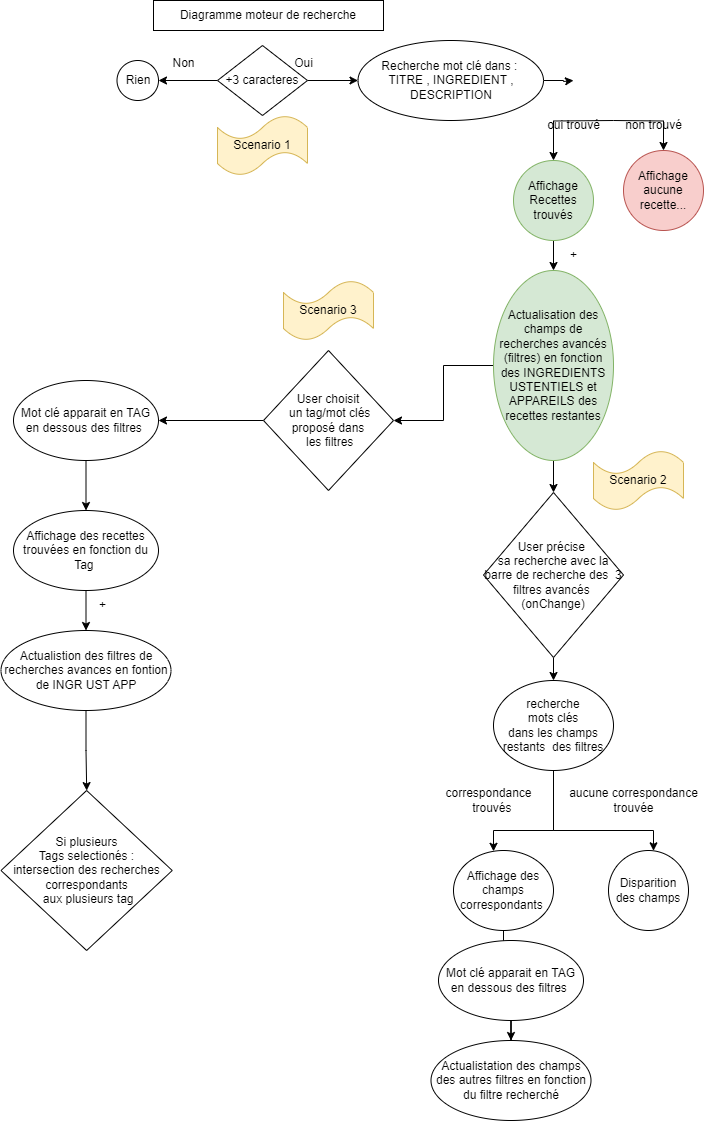
Above: DIAGRAMME FONCTIONNALITES.drawio.png in noabouskila/Projet7_OC_Petits_Plats (draw.io), before the change. Source tidied: cells renumbered, new cells last; positions are measured from the earlier drawing's top-left corner, leaving out a move shared by most shapes.
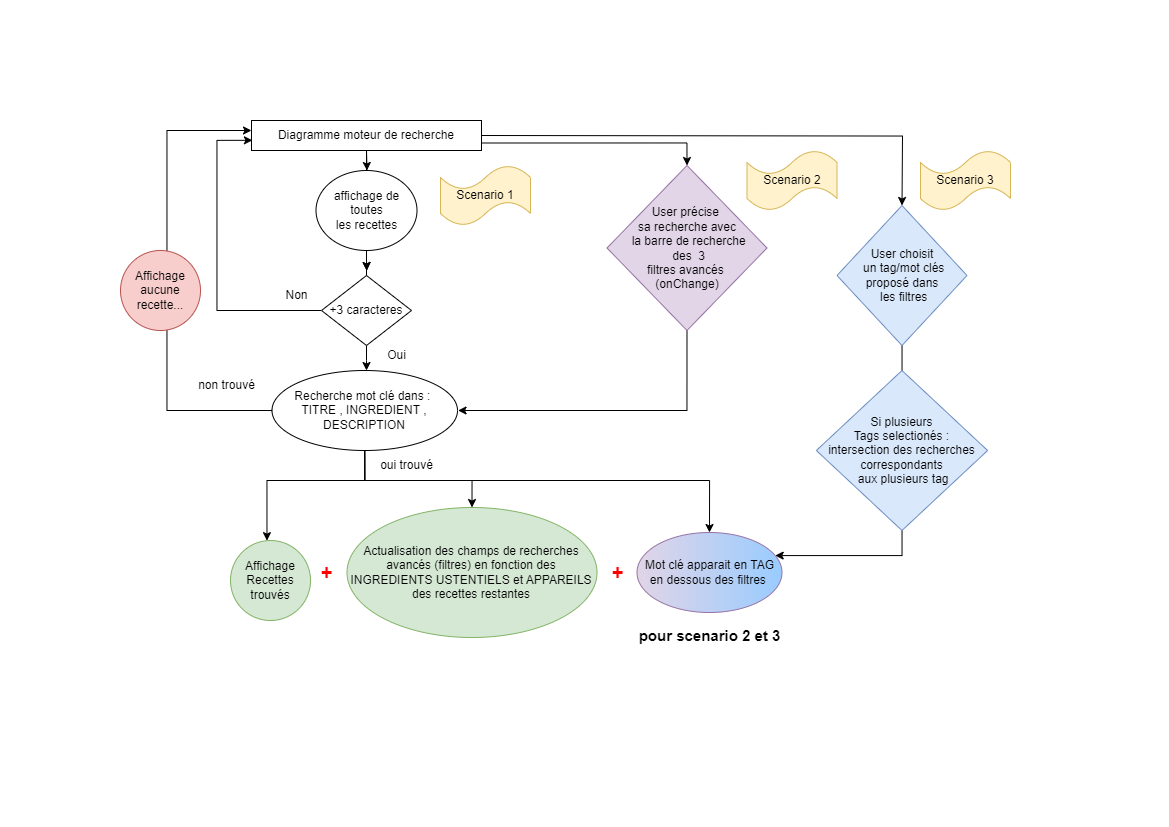
Above is the later version.

Commit message:
filtre principal fait sans filtrage des filtres avancés

What changed in the source:
```diff
@@ -2,164 +2,167 @@
   <root>
     <mxCell id="0" />
     <mxCell id="1" parent="0" />
+    <mxCell id="48" style="edgeStyle=orthogonalEdgeStyle;rounded=0;jettySize=auto;html=1;exitX=1;exitY=0.75;exitDx=0;exitDy=0;entryX=0.5;entryY=0;entryDx=0;entryDy=0;" parent="1" edge="1" source="2" target="25">
+      <mxGeometry relative="1" as="geometry">
+        <Array as="points">
+          <mxPoint x="578.5" y="133" />
+        </Array>
+      </mxGeometry>
+    </mxCell>
+    <mxCell id="49" style="edgeStyle=orthogonalEdgeStyle;rounded=0;orthogonalLoop=1;jettySize=auto;html=1;entryX=0.5;entryY=0;entryDx=0;entryDy=0;" parent="1" edge="1">
+      <mxGeometry relative="1" as="geometry">
+        <mxPoint x="373" y="125" as="sourcePoint" />
+        <mxPoint x="793.5" y="195" as="targetPoint" />
+      </mxGeometry>
+    </mxCell>
     <mxCell id="2" value="Diagramme moteur de recherche" style="rounded=0;whiteSpace=wrap;html=1;" parent="1" vertex="1">
-      <mxGeometry x="152" width="230" height="30" as="geometry" />
+      <mxGeometry x="143" y="110" width="230" height="30" as="geometry" />
     </mxCell>
     <mxCell id="3" style="edgeStyle=orthogonalEdgeStyle;rounded=0;jettySize=auto;html=1;" parent="1" edge="1" source="5" target="7">
-      <mxGeometry relative="1" as="geometry" />
+      <mxGeometry relative="1" as="geometry">
+        <Array as="points">
+          <mxPoint x="258.5" y="350" />
+          <mxPoint x="258.5" y="350" />
+        </Array>
+      </mxGeometry>
     </mxCell>
-    <mxCell id="4" style="edgeStyle=orthogonalEdgeStyle;rounded=0;jettySize=auto;html=1;" parent="1" edge="1" source="5" target="8">
-      <mxGeometry relative="1" as="geometry" />
-    </mxCell>
+    <mxCell id="50" style="edgeStyle=orthogonalEdgeStyle;rounded=0;jettySize=auto;html=1;entryX=0.004;entryY=0.661;entryDx=0;entryDy=0;entryPerimeter=0;" parent="1" edge="1" target="2">
+      <mxGeometry relative="1" as="geometry">
+        <mxPoint x="212.5" y="300" as="sourcePoint" />
+        <Array as="points">
+          <mxPoint x="212.5" y="300" />
+          <mxPoint x="108.5" y="300" />
+          <mxPoint x="108.5" y="130" />
+        </Array>
+      </mxGeometry>
+    </mxCell>
+    <mxCell id="51" style="edgeStyle=orthogonalEdgeStyle;rounded=0;jettySize=auto;html=1;" parent="1" edge="1" source="5">
+      <mxGeometry relative="1" as="geometry">
+        <mxPoint x="258" y="260" as="targetPoint" />
+      </mxGeometry>
+    </mxCell>
     <mxCell id="5" value="+3 caracteres" style="rhombus;whiteSpace=wrap;html=1;" parent="1" vertex="1">
-      <mxGeometry x="216" y="45" width="90" height="70" as="geometry" />
+      <mxGeometry x="213" y="265" width="90" height="70" as="geometry" />
     </mxCell>
-    <mxCell id="6" style="edgeStyle=orthogonalEdgeStyle;rounded=0;jettySize=auto;html=1;" parent="1" edge="1" source="7">
-      <mxGeometry relative="1" as="geometry">
-        <mxPoint x="572" y="80" as="targetPoint" />
-        <Array as="points">
-          <mxPoint x="562" y="80" />
-          <mxPoint x="562" y="81" />
-          <mxPoint x="572" y="81" />
-        </Array>
-      </mxGeometry>
-    </mxCell>
+    <mxCell id="52" style="edgeStyle=orthogonalEdgeStyle;rounded=0;jettySize=auto;html=1;" parent="1" edge="1" source="7" target="2">
+      <mxGeometry relative="1" as="geometry">
+        <Array as="points">
+          <mxPoint x="58.5" y="400" />
+          <mxPoint x="58.5" y="120" />
+        </Array>
+      </mxGeometry>
+    </mxCell>
+    <mxCell id="53" style="edgeStyle=orthogonalEdgeStyle;rounded=0;jettySize=auto;html=1;" parent="1" edge="1" source="7" target="20">
+      <mxGeometry relative="1" as="geometry">
+        <Array as="points">
+          <mxPoint x="256.5" y="470" />
+          <mxPoint x="363.5" y="470" />
+        </Array>
+      </mxGeometry>
+    </mxCell>
+    <mxCell id="54" style="edgeStyle=orthogonalEdgeStyle;rounded=0;jettySize=auto;html=1;" parent="1" edge="1" source="7" target="15">
+      <mxGeometry relative="1" as="geometry">
+        <Array as="points">
+          <mxPoint x="256.5" y="470" />
+          <mxPoint x="158.5" y="470" />
+        </Array>
+      </mxGeometry>
+    </mxCell>
+    <mxCell id="55" style="edgeStyle=orthogonalEdgeStyle;rounded=0;jettySize=auto;html=1;entryX=0.5;entryY=0;entryDx=0;entryDy=0;" parent="1" edge="1" source="7" target="47">
+      <mxGeometry relative="1" as="geometry">
+        <Array as="points">
+          <mxPoint x="256.5" y="470" />
+          <mxPoint x="601.5" y="470" />
+        </Array>
+      </mxGeometry>
+    </mxCell>
     <mxCell id="7" value="Recherche mot clé dans :&amp;nbsp;&lt;br&gt;TITRE , INGREDIENT , DESCRIPTION" style="ellipse;whiteSpace=wrap;html=1;" parent="1" vertex="1">
-      <mxGeometry x="356.5" y="40" width="185.5" height="80" as="geometry" />
+      <mxGeometry x="163.5" y="360" width="185.5" height="80" as="geometry" />
     </mxCell>
-    <mxCell id="8" value="Rien" style="ellipse;whiteSpace=wrap;html=1;" parent="1" vertex="1">
-      <mxGeometry x="115.5" y="60" width="41.5" height="40" as="geometry" />
-    </mxCell>
-    <mxCell id="9" value="Non" style="text;html=1;align=center;verticalAlign=middle;strokeColor=none;fillColor=none;" parent="1" vertex="1">
-      <mxGeometry x="157" y="48" width="50" height="30" as="geometry" />
-    </mxCell>
     <mxCell id="10" value="Oui" style="text;html=1;align=center;verticalAlign=middle;strokeColor=none;fillColor=none;" parent="1" vertex="1">
-      <mxGeometry x="282" y="48" width="40" height="30" as="geometry" />
+      <mxGeometry x="268.5" y="330" width="40" height="30" as="geometry" />
     </mxCell>
-    <mxCell id="11" style="edgeStyle=orthogonalEdgeStyle;rounded=0;jettySize=auto;html=1;" parent="1" edge="1" target="13">
-      <mxGeometry relative="1" as="geometry">
-        <mxPoint x="612" y="120" as="sourcePoint" />
-      </mxGeometry>
-    </mxCell>
-    <mxCell id="12" style="edgeStyle=orthogonalEdgeStyle;rounded=0;jettySize=auto;html=1;" parent="1" edge="1" target="15">
-      <mxGeometry relative="1" as="geometry">
-        <mxPoint x="612" y="120" as="sourcePoint" />
-      </mxGeometry>
-    </mxCell>
     <mxCell id="13" value="Affichage aucune recette..." style="ellipse;whiteSpace=wrap;html=1;fillColor=#f8cecc;strokeColor=#b85450;" parent="1" vertex="1">
-      <mxGeometry x="622" y="150" width="80" height="80" as="geometry" />
+      <mxGeometry x="12" y="240" width="80" height="80" as="geometry" />
     </mxCell>
-    <mxCell id="14" style="edgeStyle=orthogonalEdgeStyle;rounded=0;jettySize=auto;html=1;" parent="1" edge="1" source="15" target="20">
-      <mxGeometry relative="1" as="geometry" />
-    </mxCell>
     <mxCell id="15" value="Affichage Recettes trouvés" style="ellipse;whiteSpace=wrap;html=1;fillColor=#d5e8d4;strokeColor=#82b366;" parent="1" vertex="1">
-      <mxGeometry x="512" y="160" width="80" height="80" as="geometry" />
+      <mxGeometry x="122" y="530" width="80" height="80" as="geometry" />
     </mxCell>
     <mxCell id="16" value="non trouvé" style="text;html=1;align=center;verticalAlign=middle;strokeColor=none;fillColor=none;" parent="1" vertex="1">
-      <mxGeometry x="612" y="110" width="80" height="30" as="geometry" />
+      <mxGeometry x="78.5" y="360" width="80" height="30" as="geometry" />
     </mxCell>
     <mxCell id="17" value="oui trouvé" style="text;html=1;align=center;verticalAlign=middle;strokeColor=none;fillColor=none;" parent="1" vertex="1">
-      <mxGeometry x="532" y="110" width="80" height="30" as="geometry" />
+      <mxGeometry x="258.5" y="440" width="80" height="30" as="geometry" />
     </mxCell>
-    <mxCell id="18" style="edgeStyle=orthogonalEdgeStyle;rounded=0;jettySize=auto;html=1;" parent="1" edge="1" source="20" target="25">
-      <mxGeometry relative="1" as="geometry" />
-    </mxCell>
-    <mxCell id="19" style="edgeStyle=orthogonalEdgeStyle;rounded=0;jettySize=auto;html=1;" parent="1" edge="1" source="20" target="37">
-      <mxGeometry relative="1" as="geometry" />
-    </mxCell>
     <mxCell id="20" value="Actualisation des champs de recherches avancés (filtres) en fonction des INGREDIENTS USTENTIELS et APPAREILS des recettes restantes" style="ellipse;whiteSpace=wrap;html=1;fillColor=#d5e8d4;strokeColor=#82b366;" parent="1" vertex="1">
-      <mxGeometry x="492" y="270" width="120" height="190" as="geometry" />
+      <mxGeometry x="238.5" y="497" width="250" height="130" as="geometry" />
     </mxCell>
-    <mxCell id="21" value="+" style="text;html=1;align=center;verticalAlign=middle;strokeColor=none;fillColor=none;" parent="1" vertex="1">
-      <mxGeometry x="557" y="240" width="30" height="30" as="geometry" />
-    </mxCell>
     <mxCell id="22" value="Scenario 1" style="shape=tape;whiteSpace=wrap;html=1;fillColor=#fff2cc;strokeColor=#d6b656;" parent="1" vertex="1">
-      <mxGeometry x="216" y="115" width="90" height="60" as="geometry" />
+      <mxGeometry x="332" y="155" width="90" height="60" as="geometry" />
     </mxCell>
     <mxCell id="23" value="Scenario 2" style="shape=tape;whiteSpace=wrap;html=1;fillColor=#fff2cc;strokeColor=#d6b656;" parent="1" vertex="1">
-      <mxGeometry x="592" y="450" width="90" height="60" as="geometry" />
+      <mxGeometry x="638.5" y="140" width="90" height="60" as="geometry" />
     </mxCell>
-    <mxCell id="24" style="edgeStyle=orthogonalEdgeStyle;rounded=0;jettySize=auto;html=1;" parent="1" edge="1" source="25" target="28">
-      <mxGeometry relative="1" as="geometry" />
-    </mxCell>
+    <mxCell id="56" style="edgeStyle=orthogonalEdgeStyle;rounded=0;orthogonalLoop=1;jettySize=auto;html=1;" parent="1" edge="1">
+      <mxGeometry relative="1" as="geometry">
+        <mxPoint x="578.5" y="310" as="sourcePoint" />
+        <mxPoint x="348.5" y="400" as="targetPoint" />
+        <Array as="points">
+          <mxPoint x="578.5" y="400" />
+          <mxPoint x="349.5" y="400" />
+        </Array>
+      </mxGeometry>
+    </mxCell>
-    <mxCell id="25" value="User précise&amp;nbsp; &lt;br&gt;sa recherche avec la barre de recherche des&amp;nbsp; 3 &lt;br&gt;filtres avancés&amp;nbsp;&lt;br&gt;(onChange)" style="rhombus;whiteSpace=wrap;html=1;" parent="1" vertex="1">
-      <mxGeometry x="482" y="492" width="140" height="165" as="geometry" />
+    <mxCell id="25" value="User précise&amp;nbsp; &lt;br&gt;sa recherche avec&lt;br&gt;&amp;nbsp;la barre de recherche&lt;br&gt;&amp;nbsp;des&amp;nbsp; 3 &lt;br&gt;filtres avancés&amp;nbsp;&lt;br&gt;(onChange)" style="rhombus;whiteSpace=wrap;html=1;fillColor=#e1d5e7;strokeColor=#9673a6;" parent="1" vertex="1">
+      <mxGeometry x="498.5" y="155" width="160" height="165" as="geometry" />
     </mxCell>
-    <mxCell id="26" style="edgeStyle=orthogonalEdgeStyle;rounded=0;jettySize=auto;html=1;" parent="1" edge="1" source="28" target="30">
-      <mxGeometry relative="1" as="geometry">
-        <Array as="points">
-          <mxPoint x="552" y="830" />
-          <mxPoint x="492" y="830" />
-        </Array>
-      </mxGeometry>
-    </mxCell>
-    <mxCell id="27" style="edgeStyle=orthogonalEdgeStyle;rounded=0;jettySize=auto;html=1;" parent="1" edge="1" source="28" target="31">
-      <mxGeometry relative="1" as="geometry">
-        <Array as="points">
-          <mxPoint x="552" y="830" />
-          <mxPoint x="652" y="830" />
-        </Array>
-      </mxGeometry>
-    </mxCell>
-    <mxCell id="28" value="recherche&lt;br&gt;&amp;nbsp;mots clés&amp;nbsp;&lt;br&gt;&amp;nbsp;dans les champs&amp;nbsp; &amp;nbsp;restants&amp;nbsp; des filtres&amp;nbsp;" style="ellipse;whiteSpace=wrap;html=1;" parent="1" vertex="1">
-      <mxGeometry x="492" y="680" width="120" height="90" as="geometry" />
-    </mxCell>
-    <mxCell id="29" style="edgeStyle=orthogonalEdgeStyle;rounded=0;jettySize=auto;html=1;" parent="1" edge="1" source="47" target="34">
-      <mxGeometry relative="1" as="geometry" />
-    </mxCell>
-    <mxCell id="30" value="Affichage des champs correspondants&amp;nbsp;" style="ellipse;whiteSpace=wrap;html=1;" parent="1" vertex="1">
-      <mxGeometry x="452" y="850" width="100" height="80" as="geometry" />
-    </mxCell>
-    <mxCell id="31" value="Disparition des champs" style="ellipse;whiteSpace=wrap;html=1;" parent="1" vertex="1">
-      <mxGeometry x="607" y="850" width="80" height="80" as="geometry" />
-    </mxCell>
-    <mxCell id="32" value="correspondance&lt;br&gt;&amp;nbsp; trouvés" style="text;html=1;align=center;verticalAlign=middle;strokeColor=none;fillColor=none;" parent="1" vertex="1">
-      <mxGeometry x="432" y="780" width="110" height="40" as="geometry" />
-    </mxCell>
-    <mxCell id="33" value="aucune correspondance &lt;br&gt;trouvée" style="text;html=1;align=center;verticalAlign=middle;strokeColor=none;fillColor=none;" parent="1" vertex="1">
-      <mxGeometry x="557" y="780" width="150" height="40" as="geometry" />
-    </mxCell>
-    <mxCell id="34" value="Actualistation des champs des autres filtres en fonction du filtre recherché" style="ellipse;whiteSpace=wrap;html=1;" parent="1" vertex="1">
-      <mxGeometry x="429.5" y="1040" width="160" height="80" as="geometry" />
-    </mxCell>
     <mxCell id="35" value="Scenario 3" style="shape=tape;whiteSpace=wrap;html=1;fillColor=#fff2cc;strokeColor=#d6b656;" parent="1" vertex="1">
-      <mxGeometry x="282" y="280" width="90" height="60" as="geometry" />
+      <mxGeometry x="812" y="140" width="90" height="60" as="geometry" />
     </mxCell>
-    <mxCell id="36" style="edgeStyle=orthogonalEdgeStyle;rounded=0;jettySize=auto;html=1;" parent="1" edge="1" source="37" target="39">
-      <mxGeometry relative="1" as="geometry" />
-    </mxCell>
+    <mxCell id="57" style="edgeStyle=orthogonalEdgeStyle;rounded=0;jettySize=auto;html=1;" parent="1" edge="1" source="37" target="47">
+      <mxGeometry relative="1" as="geometry">
+        <Array as="points">
+          <mxPoint x="793.5" y="545" />
+        </Array>
+      </mxGeometry>
+    </mxCell>
-    <mxCell id="37" value="User choisit&lt;br&gt;&amp;nbsp;un tag/mot clés proposé dans&lt;br&gt;&amp;nbsp;les filtres" style="rhombus;whiteSpace=wrap;html=1;" parent="1" vertex="1">
-      <mxGeometry x="262" y="350" width="130" height="140" as="geometry" />
+    <mxCell id="37" value="User choisit&lt;br&gt;&amp;nbsp;un tag/mot clés proposé dans&lt;br&gt;&amp;nbsp;les filtres" style="rhombus;whiteSpace=wrap;html=1;fillColor=#dae8fc;strokeColor=#6c8ebf;" parent="1" vertex="1">
+      <mxGeometry x="728.5" y="195" width="130" height="140" as="geometry" />
     </mxCell>
-    <mxCell id="38" style="edgeStyle=orthogonalEdgeStyle;rounded=0;jettySize=auto;html=1;" parent="1" edge="1" source="39" target="41">
-      <mxGeometry relative="1" as="geometry" />
-    </mxCell>
-    <mxCell id="39" value="Mot clé apparait en TAG en dessous des filtres&amp;nbsp;" style="ellipse;whiteSpace=wrap;html=1;" parent="1" vertex="1">
-      <mxGeometry x="12" y="380" width="145" height="80" as="geometry" />
-    </mxCell>
-    <mxCell id="40" style="edgeStyle=orthogonalEdgeStyle;rounded=0;jettySize=auto;html=1;" parent="1" edge="1" source="41" target="43">
-      <mxGeometry relative="1" as="geometry" />
-    </mxCell>
-    <mxCell id="41" value="Affichage des recettes trouvées en fonction du Tag&amp;nbsp;" style="ellipse;whiteSpace=wrap;html=1;" parent="1" vertex="1">
-      <mxGeometry x="12" y="510" width="145" height="80" as="geometry" />
-    </mxCell>
-    <mxCell id="42" style="edgeStyle=orthogonalEdgeStyle;rounded=0;jettySize=auto;html=1;" parent="1" edge="1" source="43" target="45">
-      <mxGeometry relative="1" as="geometry" />
-    </mxCell>
-    <mxCell id="43" value="Actualistion des filtres de recherches avances en fontion de INGR UST APP" style="ellipse;whiteSpace=wrap;html=1;" parent="1" vertex="1">
-      <mxGeometry x="-0.5" y="630" width="170" height="80" as="geometry" />
-    </mxCell>
-    <mxCell id="44" value="+" style="text;html=1;align=center;verticalAlign=middle;strokeColor=none;fillColor=none;" parent="1" vertex="1">
-      <mxGeometry x="85.5" y="590" width="30" height="30" as="geometry" />
-    </mxCell>
-    <mxCell id="45" value="Si plusieurs &lt;br&gt;Tags selectionés : &lt;br&gt;intersection des recherches correspondants&lt;br&gt;&amp;nbsp;aux plusieurs tag" style="rhombus;whiteSpace=wrap;html=1;" parent="1" vertex="1">
-      <mxGeometry x="-0.5" y="790" width="171.2" height="160" as="geometry" />
+    <mxCell id="45" value="Si plusieurs &lt;br&gt;Tags selectionés : &lt;br&gt;intersection des recherches correspondants&lt;br&gt;&amp;nbsp;aux plusieurs tag" style="rhombus;whiteSpace=wrap;html=1;fillColor=#dae8fc;strokeColor=#6c8ebf;" parent="1" vertex="1">
+      <mxGeometry x="707.9" y="360" width="171.2" height="160" as="geometry" />
     </mxCell>
-    <mxCell id="46" style="edgeStyle=orthogonalEdgeStyle;rounded=0;jettySize=auto;html=1;" parent="1" edge="1" source="30" target="47">
-      <mxGeometry relative="1" as="geometry" />
-    </mxCell>
-    <mxCell id="47" value="Mot clé apparait en TAG en dessous des filtres&amp;nbsp;" style="ellipse;whiteSpace=wrap;html=1;" parent="1" vertex="1">
-      <mxGeometry x="437" y="940" width="145" height="80" as="geometry" />
+    <mxCell id="47" value="Mot clé apparait en TAG en dessous des filtres&amp;nbsp;" style="ellipse;whiteSpace=wrap;html=1;fillColor=#e1d5e7;strokeColor=#9673a6;gradientColor=#99CCFF;gradientDirection=east;" parent="1" vertex="1">
+      <mxGeometry x="528.5" y="522" width="145" height="80" as="geometry" />
     </mxCell>
+    <mxCell id="58" style="edgeStyle=orthogonalEdgeStyle;rounded=0;jettySize=auto;html=1;" parent="1" edge="1" source="60">
+      <mxGeometry relative="1" as="geometry">
+        <mxPoint x="258.5" y="160" as="targetPoint" />
+      </mxGeometry>
+    </mxCell>
+    <mxCell id="59" style="edgeStyle=orthogonalEdgeStyle;rounded=0;jettySize=auto;html=1;" parent="1" edge="1" source="60">
+      <mxGeometry relative="1" as="geometry">
+        <mxPoint x="258.5" y="260" as="targetPoint" />
+        <Array as="points">
+          <mxPoint x="258.5" y="250" />
+          <mxPoint x="258.5" y="250" />
+        </Array>
+      </mxGeometry>
+    </mxCell>
+    <mxCell id="60" value="affichage de toutes &lt;br&gt;les recettes" style="ellipse;whiteSpace=wrap;html=1;" parent="1" vertex="1">
+      <mxGeometry x="207.5" y="160" width="101" height="80" as="geometry" />
+    </mxCell>
+    <mxCell id="9" value="Non" style="text;html=1;align=center;verticalAlign=middle;strokeColor=none;fillColor=none;" parent="1" vertex="1">
+      <mxGeometry x="163.5" y="270" width="50" height="30" as="geometry" />
+    </mxCell>
+    <mxCell id="61" value="&lt;font style=&quot;font-size: 15px;&quot;&gt;&lt;b&gt;pour scenario 2 et 3&lt;/b&gt;&lt;/font&gt;" style="text;html=1;align=center;verticalAlign=middle;strokeColor=none;fillColor=none;" parent="1" vertex="1">
+      <mxGeometry x="516" y="610" width="170" height="30" as="geometry" />
+    </mxCell>
+    <mxCell id="62" value="&lt;b&gt;&lt;font color=&quot;#ff0000&quot; style=&quot;font-size: 20px;&quot;&gt;+&lt;/font&gt;&lt;/b&gt;" style="text;html=1;align=center;verticalAlign=middle;strokeColor=none;fillColor=none;" parent="1" vertex="1">
+      <mxGeometry x="488.5" y="542" width="40" height="40" as="geometry" />
+    </mxCell>
+    <mxCell id="63" value="&lt;b&gt;&lt;font color=&quot;#ff0000&quot; style=&quot;font-size: 20px;&quot;&gt;+&lt;/font&gt;&lt;/b&gt;" style="text;html=1;align=center;verticalAlign=middle;strokeColor=none;fillColor=none;" parent="1" vertex="1">
+      <mxGeometry x="198.5" y="542" width="40" height="40" as="geometry" />
+    </mxCell>
   </root>
 </mxGraphModel>
```
